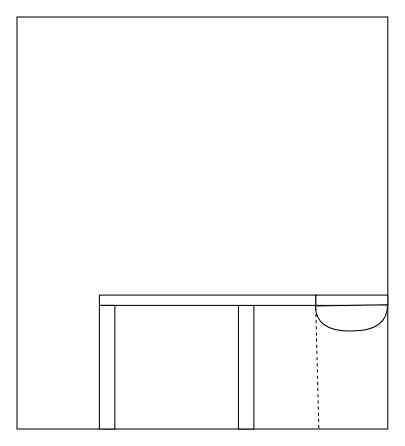
Before: page "Left" (1 of 4) of Kitchen.drawio in GourabRoy/FirstRepository, a draw.io diagram. Source tidied: cells renumbered, new cells numbered last; positions are measured from the earlier drawing's top-left corner, leaving out a move shared by most shapes. Both pictures are drawn from the tidied source at 103%, with x=0, y=0 at pixel (16, 16).
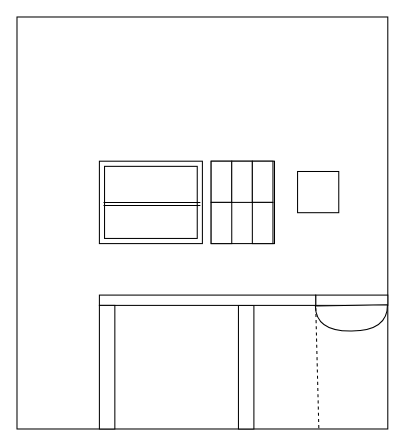
The same page after the edit.

The edit, as a diff of the source:
```diff
@@
+    <mxCell id="9" style="whiteSpace=wrap;html=1;" parent="1" vertex="1">
+      <mxGeometry x="272.4" y="150" width="40" height="40" as="geometry" />
+    </mxCell>
+    <mxCell id="10" style="rounded=0;whiteSpace=wrap;html=1;" parent="1" vertex="1">
+      <mxGeometry x="80" y="140" width="100" height="80" as="geometry" />
+    </mxCell>
+    <mxCell id="11" style="rounded=0;whiteSpace=wrap;html=1;" parent="1" vertex="1">
+      <mxGeometry x="188.5" y="140" width="61.5" height="80" as="geometry" />
+    </mxCell>
+    <mxCell id="12" style="rounded=0;whiteSpace=wrap;html=1;" parent="1" vertex="1">
+      <mxGeometry x="85" y="145" width="90" height="70" as="geometry" />
+    </mxCell>
+    <mxCell id="13" style="endArrow=none;html=1;rounded=0;exitX=0;exitY=0.5;exitDx=0;exitDy=0;entryX=1;entryY=0.5;entryDx=0;entryDy=0;" parent="1" edge="1">
+      <mxGeometry relative="1" as="geometry">
+        <mxPoint x="84" y="180" as="sourcePoint" />
+        <mxPoint x="178" y="180" as="targetPoint" />
+      </mxGeometry>
+    </mxCell>
+    <mxCell id="14" style="rounded=0;whiteSpace=wrap;html=1;" parent="1" vertex="1">
+      <mxGeometry x="188.5" y="140" width="20" height="40" as="geometry" />
+    </mxCell>
+    <mxCell id="15" style="rounded=0;whiteSpace=wrap;html=1;" parent="1" vertex="1">
+      <mxGeometry x="208.5" y="140" width="20" height="40" as="geometry" />
+    </mxCell>
+    <mxCell id="16" style="rounded=0;whiteSpace=wrap;html=1;" parent="1" vertex="1">
+      <mxGeometry x="228.5" y="140" width="20" height="40" as="geometry" />
+    </mxCell>
+    <mxCell id="17" style="rounded=0;whiteSpace=wrap;html=1;" parent="1" vertex="1">
+      <mxGeometry x="188.5" y="180" width="20" height="40" as="geometry" />
+    </mxCell>
+    <mxCell id="18" style="rounded=0;whiteSpace=wrap;html=1;" parent="1" vertex="1">
+      <mxGeometry x="228.5" y="180" width="20" height="40" as="geometry" />
+    </mxCell>
+    <mxCell id="19" style="endArrow=none;html=1;rounded=0;exitX=0;exitY=0.5;exitDx=0;exitDy=0;entryX=1;entryY=0.5;entryDx=0;entryDy=0;" parent="1" edge="1">
+      <mxGeometry relative="1" as="geometry">
+        <mxPoint x="84" y="183" as="sourcePoint" />
+        <mxPoint x="178" y="183" as="targetPoint" />
+      </mxGeometry>
+    </mxCell>
```
